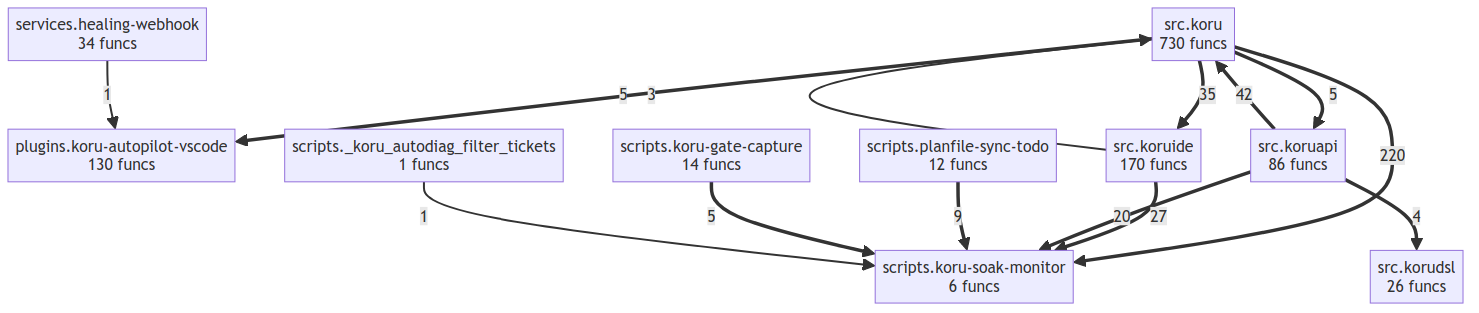
This is project/compact_flow.png from semcod/koru, a Mermaid export, as it was before one commit. Its source is kept beside it as project/compact_flow.mmd.
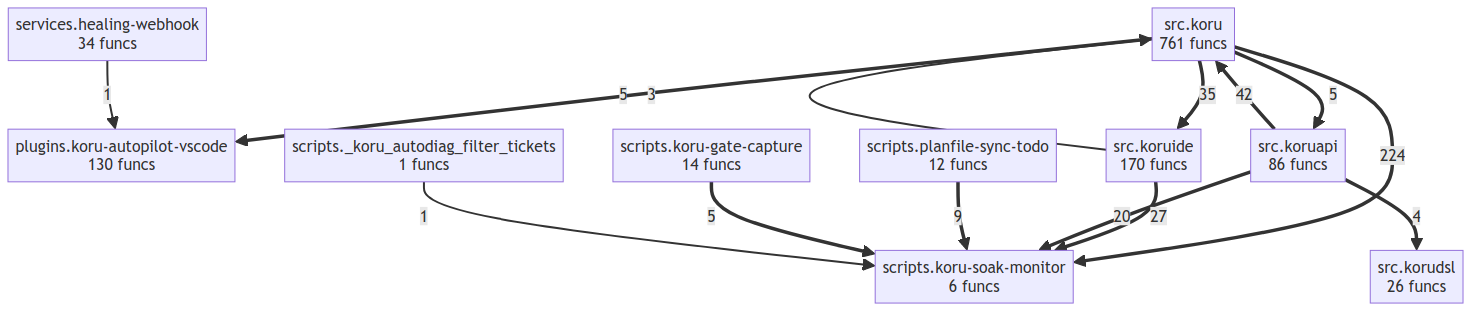
The same file after the commit.

Diff of the diagram source:
```diff
@@ -5,11 +5,11 @@
     scripts__koru_soak_monitor["scripts.koru-soak-monitor<br/>6 funcs"]
     scripts__planfile_sync_todo["scripts.planfile-sync-todo<br/>12 funcs"]
     services__healing_webhook["services.healing-webhook<br/>34 funcs"]
-    src__koru["src.koru<br/>730 funcs"]
+    src__koru["src.koru<br/>761 funcs"]
     src__koruapi["src.koruapi<br/>86 funcs"]
     src__korudsl["src.korudsl<br/>26 funcs"]
     src__koruide["src.koruide<br/>170 funcs"]
-    src__koru ==>|220| scripts__koru_soak_monitor
+    src__koru ==>|224| scripts__koru_soak_monitor
     src__koruapi ==>|42| src__koru
     src__koru ==>|35| src__koruide
     src__koruide ==>|27| scripts__koru_soak_monitor
```
